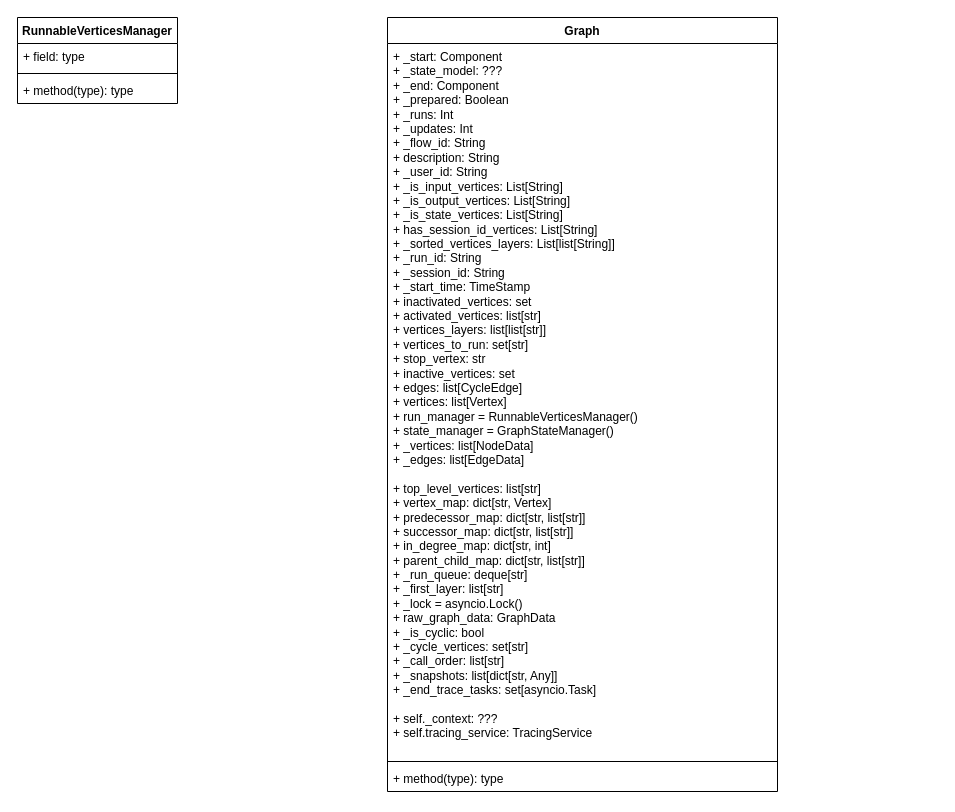
Earlier version of the draw.io diagram page "Graph" (1 of 4) of langflow_v2.drawio (ooooona/toolkits). Source tidied: cells renumbered, new cells numbered last; positions are measured from the earlier drawing's top-left corner, leaving out a move shared by most shapes. Both pictures are drawn from the tidied source at 100%, with x=0, y=0 at pixel (17, 17).
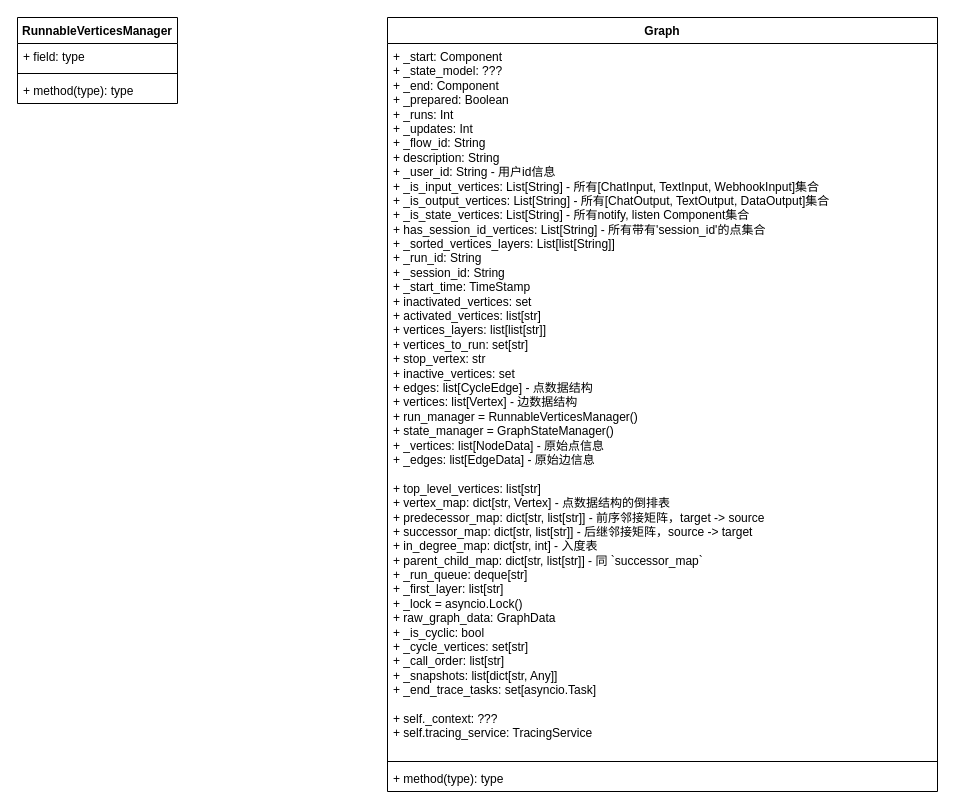
The same diagram, later.

Diff of the diagram source:
```diff
@@
 <mxGraphModel>
   <root>
     <mxCell id="0" />
     <mxCell id="1" parent="0" />
     <mxCell id="2" value="Graph" style="swimlane;fontStyle=1;align=center;verticalAlign=top;horizontal=1;startSize=26;whiteSpace=wrap;html=1;" parent="1" vertex="1">
-      <mxGeometry x="370" width="390" height="774" as="geometry" />
+      <mxGeometry x="370" width="550" height="774" as="geometry" />
     </mxCell>
-    <mxCell id="3" value="+ _start: Component&lt;div&gt;+&amp;nbsp;_state_model: ???&lt;/div&gt;&lt;div&gt;+ _end: Component&lt;/div&gt;&lt;div&gt;+ _prepared: Boolean&lt;/div&gt;&lt;div&gt;+ _runs: Int&lt;/div&gt;&lt;div&gt;+ _updates: Int&lt;/div&gt;&lt;div&gt;+ _flow_id: String&lt;/div&gt;&lt;div&gt;+ description: String&lt;/div&gt;&lt;div&gt;+ _user_id:&amp;nbsp;&lt;span style=&quot;background-color: transparent; color: light-dark(rgb(0, 0, 0), rgb(255, 255, 255));&quot;&gt;String&lt;/span&gt;&lt;/div&gt;&lt;div&gt;+ _is_input_vertices: List[String]&lt;/div&gt;&lt;div&gt;+&amp;nbsp;_is_output_vertices: List[String]&lt;/div&gt;&lt;div&gt;+&amp;nbsp;_is_state_vertices: List[String]&lt;/div&gt;&lt;div&gt;+&amp;nbsp;has_session_id_vertices: List[String]&lt;/div&gt;&lt;div&gt;+&amp;nbsp;_sorted_vertices_layers: List[list[String]]&lt;/div&gt;&lt;div&gt;+ _run_id:&amp;nbsp;&lt;span style=&quot;background-color: transparent; color: light-dark(rgb(0, 0, 0), rgb(255, 255, 255));&quot;&gt;String&lt;/span&gt;&lt;/div&gt;&lt;div&gt;+ _session_id:&amp;nbsp;&lt;span style=&quot;background-color: transparent; color: light-dark(rgb(0, 0, 0), rgb(255, 255, 255));&quot;&gt;String&lt;/span&gt;&lt;/div&gt;&lt;div&gt;+ _start_time: TimeStamp&lt;/div&gt;&lt;div&gt;+&amp;nbsp;inactivated_vertices: set&lt;/div&gt;&lt;div&gt;+&amp;nbsp;activated_vertices: list[str]&lt;/div&gt;&lt;div&gt;+&amp;nbsp;vertices_layers: list[list[str]]&lt;/div&gt;&lt;div&gt;+&amp;nbsp;vertices_to_run: set[str]&lt;/div&gt;&lt;div&gt;+&amp;nbsp;stop_vertex: str&lt;/div&gt;&lt;div&gt;+&amp;nbsp;inactive_vertices: set&amp;nbsp;&lt;/div&gt;&lt;div&gt;+&amp;nbsp;edges: list[CycleEdge]&lt;/div&gt;&lt;div&gt;+&amp;nbsp;vertices: list[Vertex]&lt;/div&gt;&lt;div&gt;+&amp;nbsp;run_manager = RunnableVerticesManager()&lt;/div&gt;&lt;div&gt;+&amp;nbsp;state_manager = GraphStateManager()&lt;/div&gt;&lt;div&gt;+&amp;nbsp;_vertices: list[NodeData]&lt;/div&gt;&lt;div&gt;+&amp;nbsp;_edges: list[EdgeData]&lt;/div&gt;&lt;div&gt;&lt;br&gt;&lt;/div&gt;&lt;div&gt;+&amp;nbsp;top_level_vertices: list[str]&lt;/div&gt;&lt;div&gt;+&amp;nbsp;vertex_map: dict[str, Vertex]&lt;/div&gt;&lt;div&gt;+&amp;nbsp;predecessor_map: dict[str, list[str]]&lt;/div&gt;&lt;div&gt;+&amp;nbsp;successor_map: dict[str, list[str]]&lt;/div&gt;&lt;div&gt;+&amp;nbsp;in_degree_map: dict[str, int]&lt;/div&gt;&lt;div&gt;+&amp;nbsp;parent_child_map: dict[str, list[str]]&lt;/div&gt;&lt;div&gt;+&amp;nbsp;_run_queue: deque[str]&lt;/div&gt;&lt;div&gt;+&amp;nbsp;_first_layer: list[str]&lt;/div&gt;&lt;div&gt;+&amp;nbsp;_lock = asyncio.Lock()&lt;/div&gt;&lt;div&gt;+&amp;nbsp;raw_graph_data: GraphData&lt;/div&gt;&lt;div&gt;+&amp;nbsp;_is_cyclic: bool&amp;nbsp;&lt;/div&gt;&lt;div&gt;+&amp;nbsp;_cycle_vertices: set[str]&lt;/div&gt;&lt;div&gt;+&amp;nbsp;_call_order: list[str]&lt;/div&gt;&lt;div&gt;+&amp;nbsp;_snapshots: list[dict[str, Any]]&lt;/div&gt;&lt;div&gt;+&amp;nbsp;_end_trace_tasks: set[asyncio.Task]&lt;/div&gt;&lt;div&gt;&lt;br&gt;&lt;/div&gt;&lt;div&gt;+&amp;nbsp;self._context: ???&lt;/div&gt;&lt;div&gt;+&amp;nbsp;self.tracing_service: TracingService&lt;/div&gt;&lt;div&gt;&lt;br&gt;&lt;/div&gt;" style="text;strokeColor=none;fillColor=none;align=left;verticalAlign=top;spacingLeft=4;spacingRight=4;overflow=hidden;whiteSpace=wrap;html=1;" parent="2" vertex="1">
-      <mxGeometry y="26" width="390" height="714" as="geometry" />
+    <mxCell id="3" value="+ _start: Component&lt;div&gt;+&amp;nbsp;_state_model: ???&lt;/div&gt;&lt;div&gt;+ _end: Component&lt;/div&gt;&lt;div&gt;+ _prepared: Boolean&lt;/div&gt;&lt;div&gt;+ _runs: Int&lt;/div&gt;&lt;div&gt;+ _updates: Int&lt;/div&gt;&lt;div&gt;+ _flow_id: String&lt;/div&gt;&lt;div&gt;+ description: String&lt;/div&gt;&lt;div&gt;+ _user_id:&amp;nbsp;&lt;span style=&quot;background-color: transparent; color: light-dark(rgb(0, 0, 0), rgb(255, 255, 255));&quot;&gt;String - 用户id信息&lt;/span&gt;&lt;/div&gt;&lt;div&gt;+ _is_input_vertices: List[String] - 所有[ChatInput, TextInput, WebhookInput]集合&lt;/div&gt;&lt;div&gt;+&amp;nbsp;_is_output_vertices: List[String] - 所有[ChatOutput, TextOutput, DataOutput]集合&lt;/div&gt;&lt;div&gt;+&amp;nbsp;_is_state_vertices: List[String] - 所有notify, listen Component集合&lt;/div&gt;&lt;div&gt;+&amp;nbsp;has_session_id_vertices: List[String] - 所有带有'session_id'的点集合&lt;/div&gt;&lt;div&gt;+&amp;nbsp;_sorted_vertices_layers: List[list[String]]&lt;/div&gt;&lt;div&gt;+ _run_id:&amp;nbsp;&lt;span style=&quot;background-color: transparent; color: light-dark(rgb(0, 0, 0), rgb(255, 255, 255));&quot;&gt;String&lt;/span&gt;&lt;/div&gt;&lt;div&gt;+ _session_id:&amp;nbsp;&lt;span style=&quot;background-color: transparent; color: light-dark(rgb(0, 0, 0), rgb(255, 255, 255));&quot;&gt;String&lt;/span&gt;&lt;/div&gt;&lt;div&gt;+ _start_time: TimeStamp&lt;/div&gt;&lt;div&gt;+&amp;nbsp;inactivated_vertices: set&lt;/div&gt;&lt;div&gt;+&amp;nbsp;activated_vertices: list[str]&lt;/div&gt;&lt;div&gt;+&amp;nbsp;vertices_layers: list[list[str]]&lt;/div&gt;&lt;div&gt;+&amp;nbsp;vertices_to_run: set[str]&lt;/div&gt;&lt;div&gt;+&amp;nbsp;stop_vertex: str&lt;/div&gt;&lt;div&gt;+&amp;nbsp;inactive_vertices: set&amp;nbsp;&lt;/div&gt;&lt;div&gt;+&amp;nbsp;edges: list[CycleEdge] - 点数据结构&lt;/div&gt;&lt;div&gt;+&amp;nbsp;vertices: list[Vertex] - 边数据结构&lt;/div&gt;&lt;div&gt;+&amp;nbsp;run_manager = RunnableVerticesManager()&lt;/div&gt;&lt;div&gt;+&amp;nbsp;state_manager = GraphStateManager()&lt;/div&gt;&lt;div&gt;+&amp;nbsp;_vertices: list[NodeData] - 原始点信息&lt;/div&gt;&lt;div&gt;+&amp;nbsp;_edges: list[EdgeData] - 原始边信息&lt;/div&gt;&lt;div&gt;&lt;br&gt;&lt;/div&gt;&lt;div&gt;+&amp;nbsp;top_level_vertices: list[str]&lt;/div&gt;&lt;div&gt;+&amp;nbsp;vertex_map: dict[str, Vertex] - 点数据结构的倒排表&lt;/div&gt;&lt;div&gt;+&amp;nbsp;predecessor_map: dict[str, list[str]] - 前序邻接矩阵，target -&amp;gt; source&lt;/div&gt;&lt;div&gt;+&amp;nbsp;successor_map: dict[str, list[str]] - 后继邻接矩阵，source -&amp;gt; target&lt;/div&gt;&lt;div&gt;+&amp;nbsp;in_degree_map: dict[str, int] - 入度表&lt;/div&gt;&lt;div&gt;+&amp;nbsp;parent_child_map: dict[str, list[str]] - 同&lt;span style=&quot;background-color: transparent; color: light-dark(rgb(0, 0, 0), rgb(255, 255, 255));&quot;&gt;&amp;nbsp;`successor_map`&lt;/span&gt;&lt;/div&gt;&lt;div&gt;+&amp;nbsp;_run_queue: deque[str]&lt;/div&gt;&lt;div&gt;+&amp;nbsp;_first_layer: list[str]&lt;/div&gt;&lt;div&gt;+&amp;nbsp;_lock = asyncio.Lock()&lt;/div&gt;&lt;div&gt;+&amp;nbsp;raw_graph_data: GraphData&lt;/div&gt;&lt;div&gt;+&amp;nbsp;_is_cyclic: bool&amp;nbsp;&lt;/div&gt;&lt;div&gt;+&amp;nbsp;_cycle_vertices: set[str]&lt;/div&gt;&lt;div&gt;+&amp;nbsp;_call_order: list[str]&lt;/div&gt;&lt;div&gt;+&amp;nbsp;_snapshots: list[dict[str, Any]]&lt;/div&gt;&lt;div&gt;+&amp;nbsp;_end_trace_tasks: set[asyncio.Task]&lt;/div&gt;&lt;div&gt;&lt;br&gt;&lt;/div&gt;&lt;div&gt;+&amp;nbsp;self._context: ???&lt;/div&gt;&lt;div&gt;+&amp;nbsp;self.tracing_service: TracingService&lt;/div&gt;&lt;div&gt;&lt;br&gt;&lt;/div&gt;" style="text;strokeColor=none;fillColor=none;align=left;verticalAlign=top;spacingLeft=4;spacingRight=4;overflow=hidden;whiteSpace=wrap;html=1;" parent="2" vertex="1">
+      <mxGeometry y="26" width="550" height="714" as="geometry" />
     </mxCell>
     <mxCell id="4" style="line;strokeWidth=1;fillColor=none;align=left;verticalAlign=middle;spacingTop=-1;spacingLeft=3;spacingRight=3;labelPosition=right;strokeColor=inherit;" parent="2" vertex="1">
-      <mxGeometry y="740" width="390" height="8" as="geometry" />
+      <mxGeometry y="740" width="550" height="8" as="geometry" />
     </mxCell>
     <mxCell id="5" value="+ method(type): type" style="text;strokeColor=none;fillColor=none;align=left;verticalAlign=top;spacingLeft=4;spacingRight=4;overflow=hidden;whiteSpace=wrap;html=1;" parent="2" vertex="1">
-      <mxGeometry y="748" width="390" height="26" as="geometry" />
+      <mxGeometry y="748" width="550" height="26" as="geometry" />
     </mxCell>
     <mxCell id="6" value="RunnableVerticesManager" style="swimlane;fontStyle=1;align=center;verticalAlign=top;horizontal=1;startSize=26;whiteSpace=wrap;html=1;" parent="1" vertex="1">
       <mxGeometry width="160" height="86" as="geometry" />
     </mxCell>
     <mxCell id="7" value="+ field: type" style="text;strokeColor=none;fillColor=none;align=left;verticalAlign=top;spacingLeft=4;spacingRight=4;overflow=hidden;whiteSpace=wrap;html=1;" parent="6" vertex="1">
       <mxGeometry y="26" width="160" height="26" as="geometry" />
     </mxCell>
     <mxCell id="8" style="line;strokeWidth=1;fillColor=none;align=left;verticalAlign=middle;spacingTop=-1;spacingLeft=3;spacingRight=3;labelPosition=right;strokeColor=inherit;" parent="6" vertex="1">
       <mxGeometry y="52" width="160" height="8" as="geometry" />
     </mxCell>
     <mxCell id="9" value="+ method(type): type" style="text;strokeColor=none;fillColor=none;align=left;verticalAlign=top;spacingLeft=4;spacingRight=4;overflow=hidden;whiteSpace=wrap;html=1;" parent="6" vertex="1">
       <mxGeometry y="60" width="160" height="26" as="geometry" />
     </mxCell>
   </root>
 </mxGraphModel>
```
